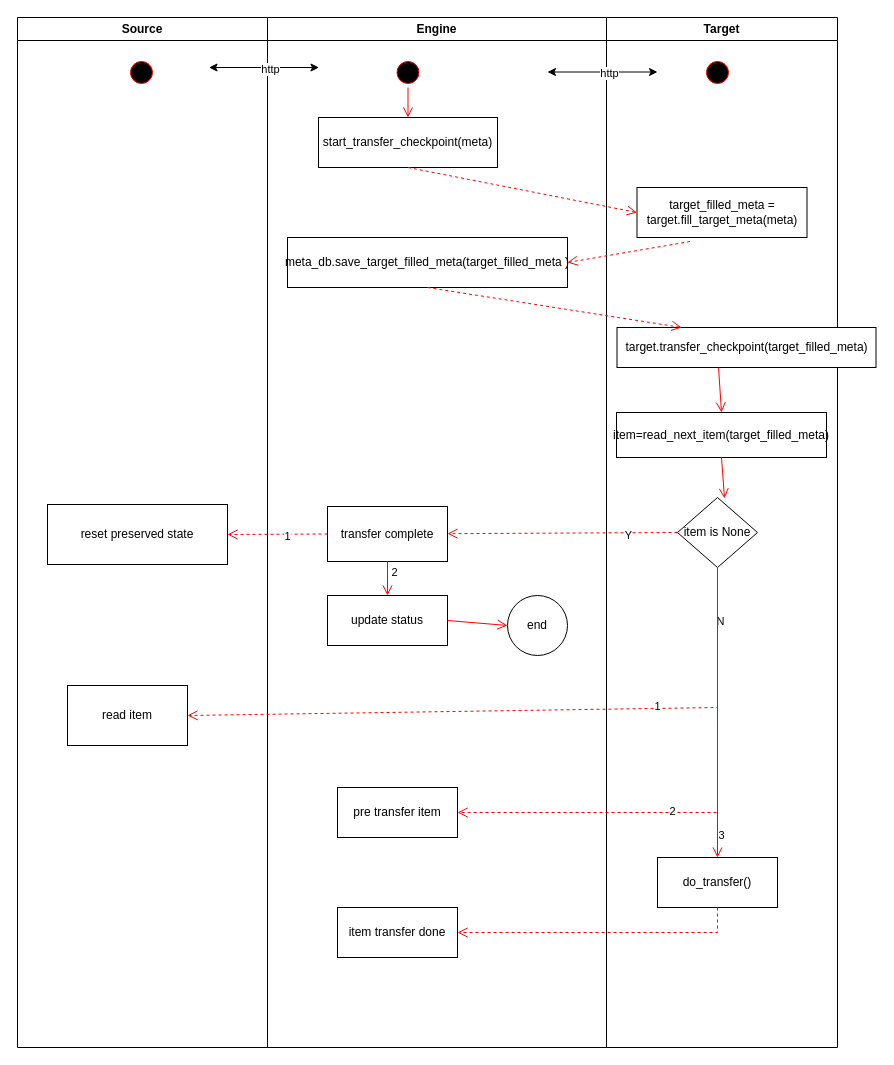
This is page "transfer" (3 of 3) of doc/PM/framework/draft.drawio from buckyos/bucky_backup_suite, a draw.io file, before an edit. Source tidied: cells renumbered, new cells numbered last; positions are measured from the earlier drawing's top-left corner, leaving out a move shared by most shapes. Both pictures are drawn from the tidied source at 100%, with x=0, y=0 at pixel (17, 17).
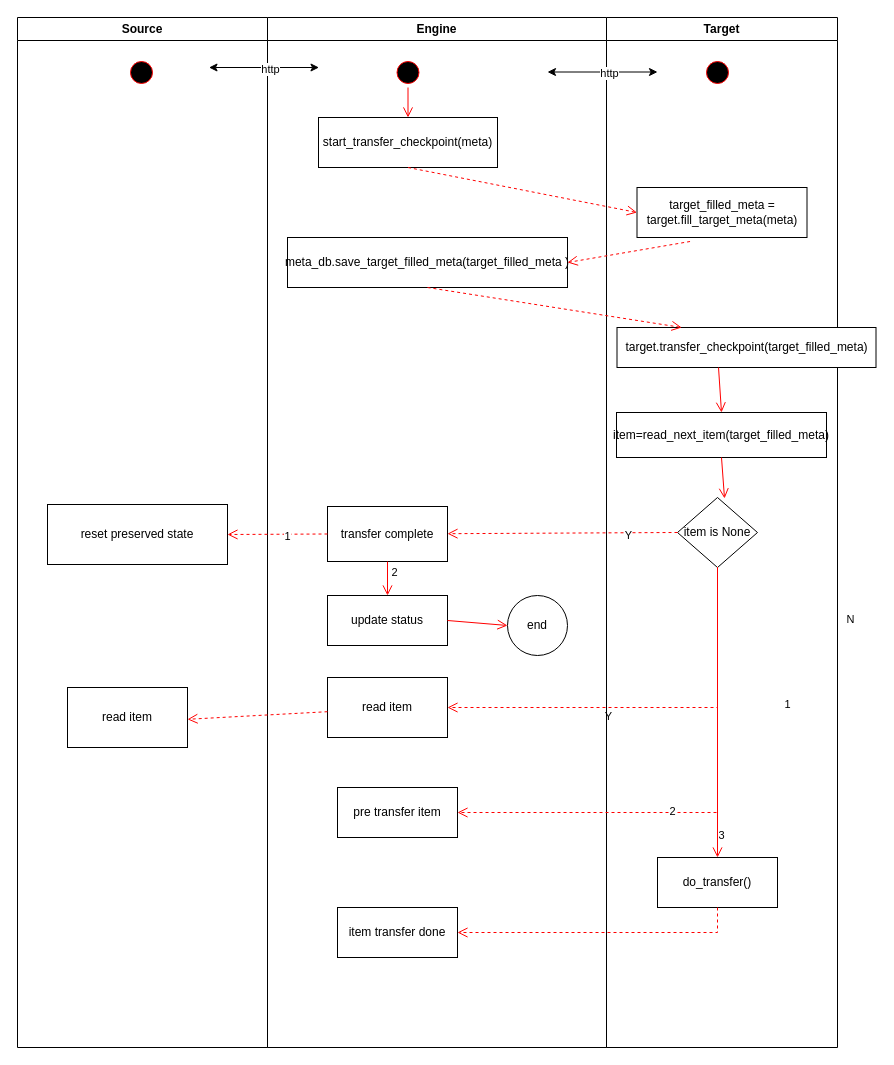
The same page after the edit.

Commit message (it also covers changes not shown here):
add logs in storage item to calc diff

The change refers to these unchanged cells:
```xml
<mxCell id="2" value="Source" style="swimlane;whiteSpace=wrap;" parent="1" vertex="1">
  <mxGeometry width="250" height="1030" as="geometry" />
</mxCell>
<mxCell id="6" value="Engine" style="swimlane;whiteSpace=wrap;" parent="1" vertex="1">
  <mxGeometry x="250" width="339" height="1030" as="geometry" />
</mxCell>
<mxCell id="29" value="item is None" style="rhombus;whiteSpace=wrap;html=1;" parent="21" vertex="1">
  <mxGeometry x="71" y="480" width="80" height="70" as="geometry" />
</mxCell>
```

Diff of the diagram source:
```diff
@@
     <mxCell id="5" value="read item" style="rounded=0;whiteSpace=wrap;html=1;" parent="2" vertex="1">
-      <mxGeometry x="50" y="668" width="120" height="60" as="geometry" />
+      <mxGeometry x="50" y="670" width="120" height="60" as="geometry" />
     </mxCell>
@@
+    <mxCell id="47" value="read item" style="rounded=0;whiteSpace=wrap;html=1;" parent="6" vertex="1">
+      <mxGeometry x="60" y="660" width="120" height="60" as="geometry" />
+    </mxCell>
+    <mxCell id="48" style="elbow=horizontal;verticalAlign=bottom;endArrow=open;endSize=8;strokeColor=#FF0000;endFill=1;rounded=0;exitX=0;exitY=0.5;exitDx=0;exitDy=0;dashed=1;entryX=1;entryY=0.5;entryDx=0;entryDy=0;" parent="6" edge="1">
+      <mxGeometry x="-1070" y="-220" as="geometry">
+        <mxPoint x="60" y="694.2" as="sourcePoint" />
+        <mxPoint x="-80" y="701.8" as="targetPoint" />
+      </mxGeometry>
+    </mxCell>
+    <mxCell id="49" value="Y" style="edgeLabel;html=1;align=center;verticalAlign=middle;" parent="48" vertex="1">
+      <mxGeometry relative="1" as="geometry">
+        <mxPoint x="350" y="1" as="offset" />
+      </mxGeometry>
+    </mxCell>
@@
-    <mxCell id="36" style="elbow=horizontal;verticalAlign=bottom;endArrow=open;endSize=8;strokeColor=#FF0000;endFill=1;rounded=0;exitX=0.5;exitY=1;exitDx=0;exitDy=0;entryX=1;entryY=0.5;entryDx=0;entryDy=0;dashed=1;" parent="1" edge="1" source="29" target="5">
+    <mxCell id="36" style="elbow=horizontal;verticalAlign=bottom;endArrow=open;endSize=8;strokeColor=#FF0000;endFill=1;rounded=0;exitX=0.5;exitY=1;exitDx=0;exitDy=0;entryX=1;entryY=0.5;entryDx=0;entryDy=0;dashed=1;" parent="1" edge="1" source="29" target="47">
       <mxGeometry x="-810" y="-90" as="geometry">
         <Array as="points">
           <mxPoint x="700" y="690" />
         </Array>
       </mxGeometry>
     </mxCell>
```
